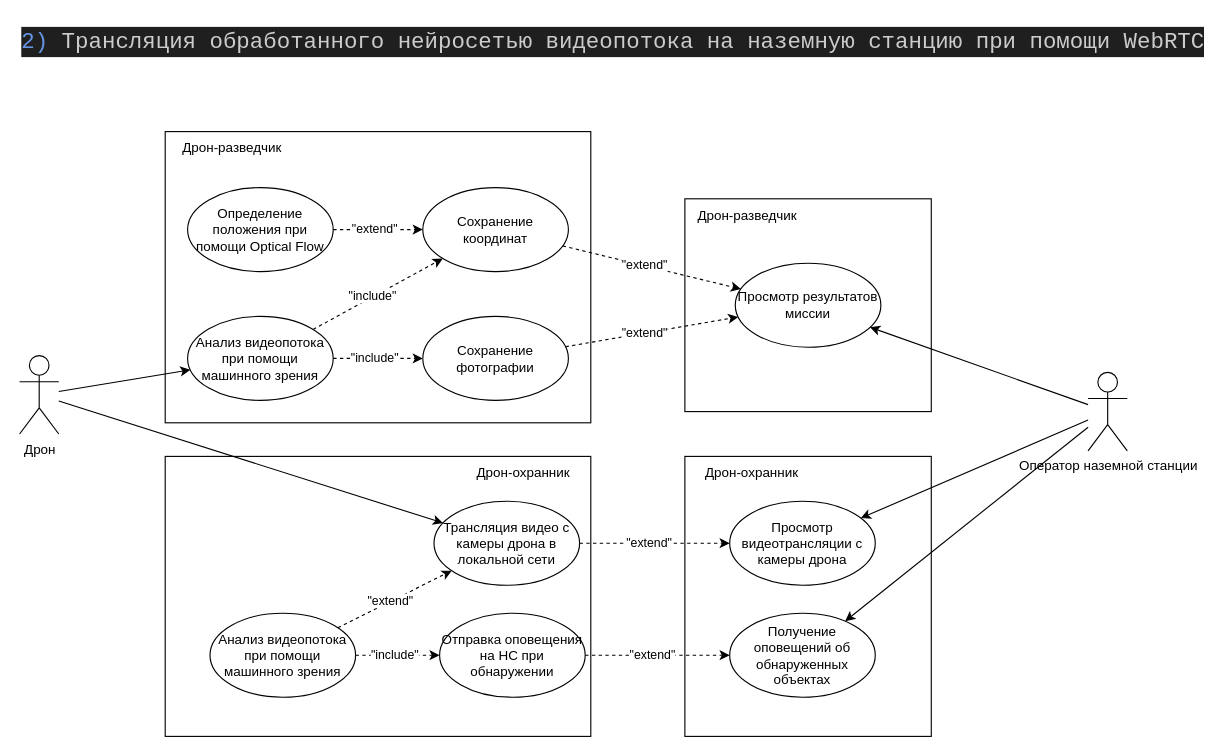
Above: src/diagrams/uml-use-case/use-case2.drawio in zimkov/system-engineering-playbook (draw.io), before the change. Source tidied: cells renumbered, new cells numbered last; positions are measured from the earlier drawing's top-left corner, leaving out a move shared by most shapes. Both pictures are drawn from the tidied source at 112%, with x=0, y=0 at pixel (19, 19).
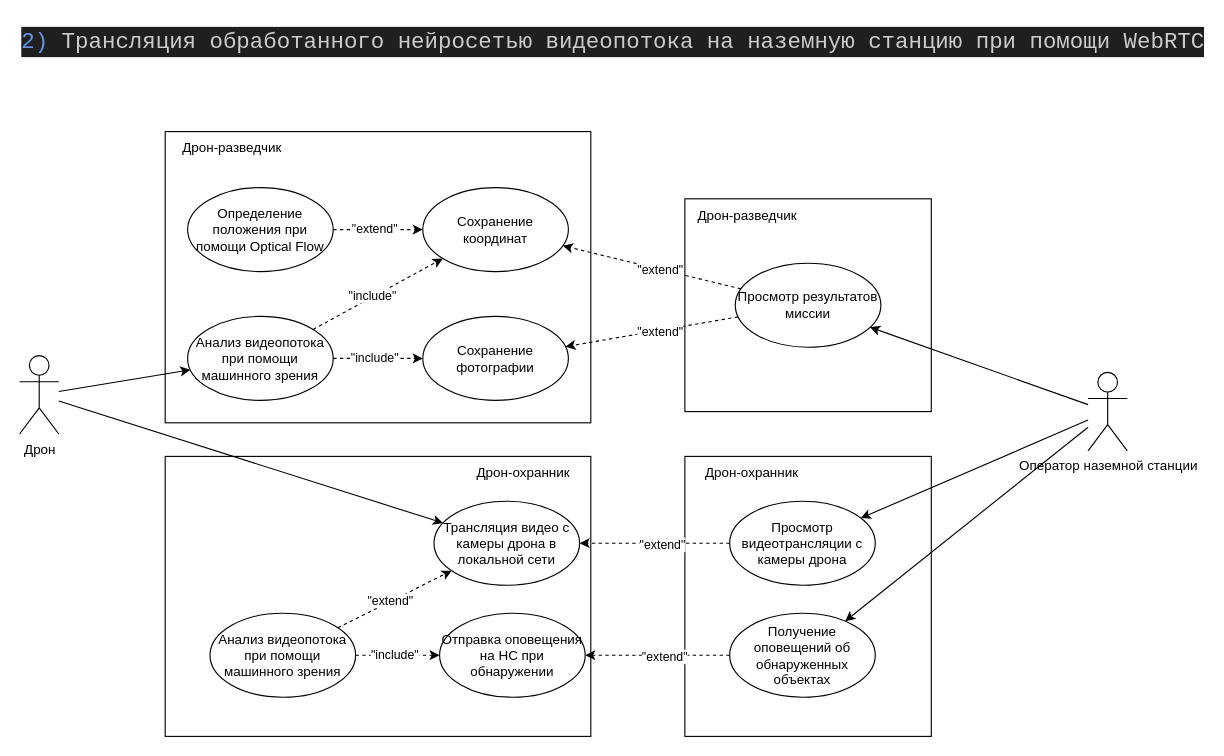
Above is the later version.

Unchanged cells that the change refers to:
```xml
<mxCell id="9" value="Просмотр видеотрансляции с камеры дрона" style="ellipse;whiteSpace=wrap;html=1;verticalAlign=middle;" parent="1" vertex="1">
  <mxGeometry x="634" y="430" width="130" height="75" as="geometry" />
</mxCell>
<mxCell id="10" value="Просмотр результатов миссии" style="ellipse;whiteSpace=wrap;html=1;verticalAlign=middle;" parent="1" vertex="1">
  <mxGeometry x="639" y="217.5" width="130" height="75" as="geometry" />
</mxCell>
<mxCell id="18" value="Трансляция видео с камеры дрона в локальной сети" style="ellipse;whiteSpace=wrap;html=1;verticalAlign=middle;" parent="1" vertex="1">
  <mxGeometry x="370" y="430" width="130" height="75" as="geometry" />
</mxCell>
<mxCell id="23" value="Сохранение фотографии" style="ellipse;whiteSpace=wrap;html=1;verticalAlign=middle;" parent="1" vertex="1">
  <mxGeometry x="360" y="265" width="130" height="75" as="geometry" />
</mxCell>
<mxCell id="26" value="Сохранение координат" style="ellipse;whiteSpace=wrap;html=1;verticalAlign=middle;" parent="1" vertex="1">
  <mxGeometry x="360" y="150" width="130" height="75" as="geometry" />
</mxCell>
<mxCell id="32" value="Отправка оповещения на НС при обнаружении" style="ellipse;whiteSpace=wrap;html=1;verticalAlign=middle;" parent="1" vertex="1">
  <mxGeometry x="375" y="530" width="130" height="75" as="geometry" />
</mxCell>
<mxCell id="33" value="Получение оповещений об обнаруженных объектах" style="ellipse;whiteSpace=wrap;html=1;verticalAlign=middle;" parent="1" vertex="1">
  <mxGeometry x="634" y="530" width="130" height="75" as="geometry" />
</mxCell>
```

The edit, as a diff of the source:
```diff
@@
-    <mxCell id="38" style="rounded=0;jettySize=auto;html=1;dashed=1;" parent="1" edge="1" source="32" target="33">
+    <mxCell id="38" style="rounded=0;jettySize=auto;html=1;dashed=1;" parent="1" edge="1" source="33" target="32">
       <mxGeometry relative="1" as="geometry" />
     </mxCell>
@@
-    <mxCell id="40" style="rounded=0;jettySize=auto;html=1;dashed=1;" parent="1" edge="1" source="18" target="9">
+    <mxCell id="40" style="rounded=0;jettySize=auto;html=1;dashed=1;" parent="1" edge="1" source="9" target="18">
       <mxGeometry relative="1" as="geometry" />
     </mxCell>
@@
-    <mxCell id="42" style="rounded=0;jettySize=auto;html=1;dashed=1;" parent="1" edge="1" source="26" target="10">
+    <mxCell id="42" style="rounded=0;jettySize=auto;html=1;dashed=1;" parent="1" edge="1" source="10" target="26">
       <mxGeometry relative="1" as="geometry" />
     </mxCell>
@@
-    <mxCell id="44" style="rounded=0;jettySize=auto;html=1;dashed=1;" parent="1" edge="1" source="23" target="10">
+    <mxCell id="44" style="rounded=0;jettySize=auto;html=1;dashed=1;" parent="1" edge="1" source="10" target="23">
       <mxGeometry relative="1" as="geometry" />
     </mxCell>
```
